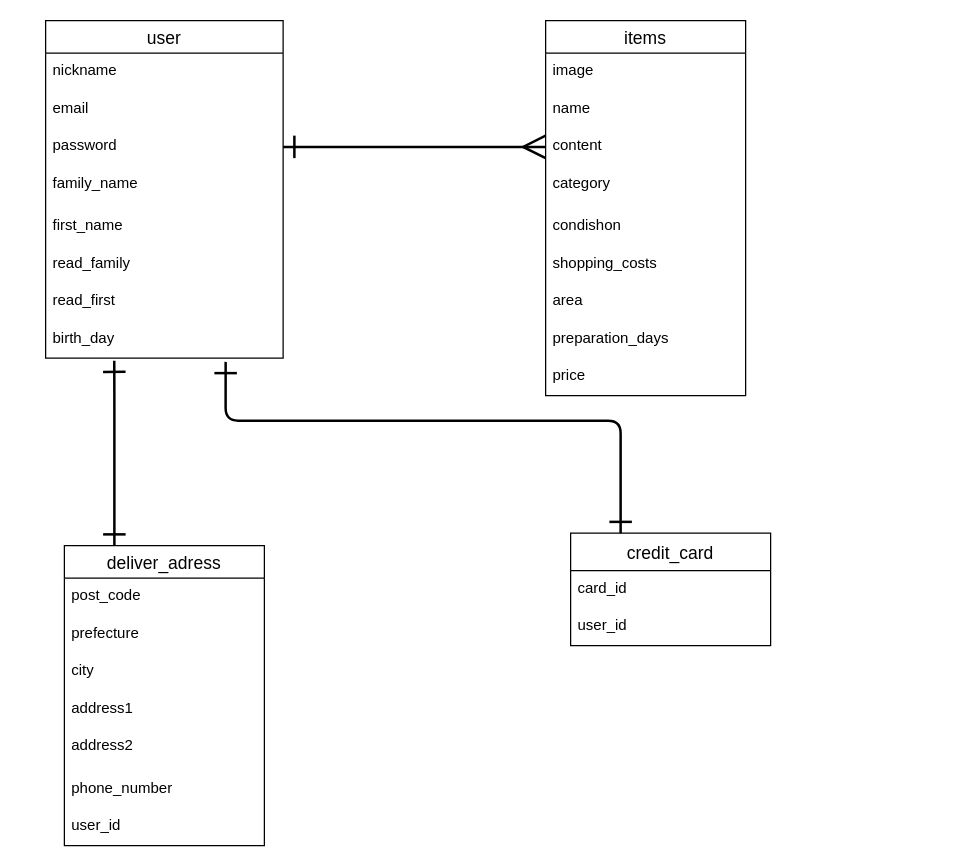
Above: db/ER図.dio in stmaho/furima-38842 (draw.io), before the change. Source tidied: cells renumbered, new cells numbered last; positions are measured from the earlier drawing's top-left corner, leaving out a move shared by most shapes. Both pictures are drawn from the tidied source at 125%, with x=0, y=0 at pixel (45, 20).
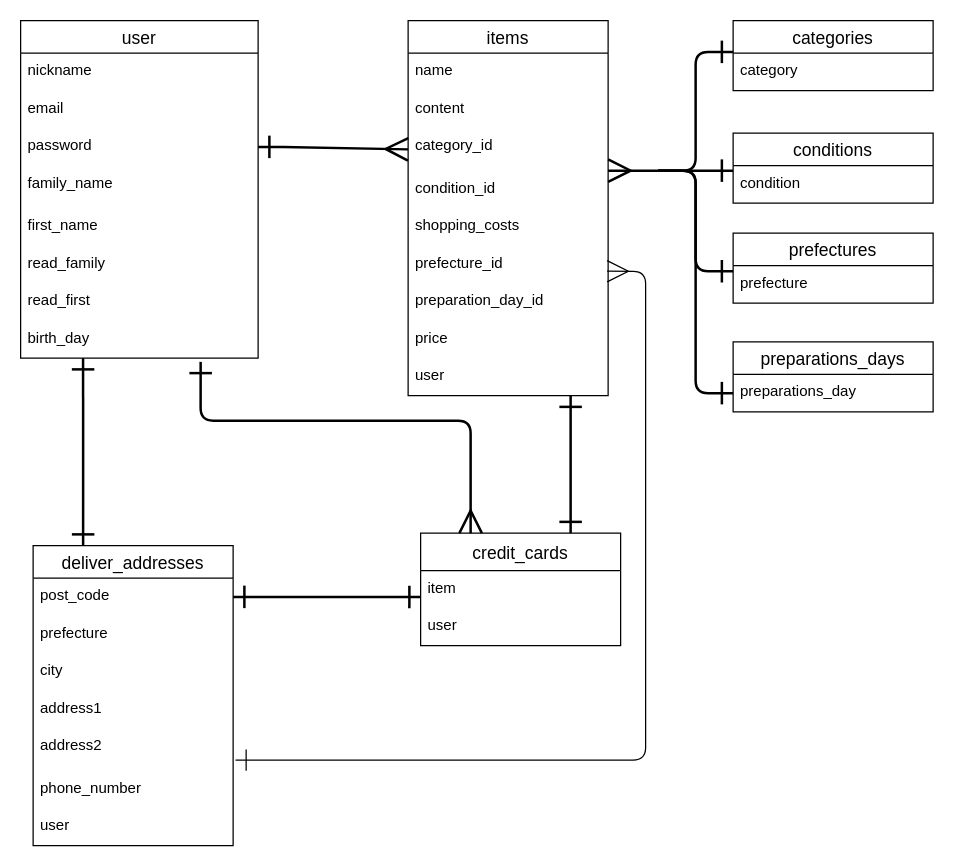
After the change.

Unchanged cells that the change refers to:
```xml
<mxCell id="5" value="password" style="text;strokeColor=none;fillColor=none;spacingLeft=4;spacingRight=4;overflow=hidden;points=[[0,0.5],[1,0.5]];portConstraint=eastwest;fontSize=12;" parent="2" vertex="1">
  <mxGeometry y="86" width="190" height="30" as="geometry" />
</mxCell>
<mxCell id="10" value="birth_day" style="text;strokeColor=none;fillColor=none;spacingLeft=4;spacingRight=4;overflow=hidden;points=[[0,0.5],[1,0.5]];portConstraint=eastwest;fontSize=12;" parent="2" vertex="1">
  <mxGeometry y="240" width="190" height="30" as="geometry" />
</mxCell>
<mxCell id="24" value="post_code" style="text;strokeColor=none;fillColor=none;spacingLeft=4;spacingRight=4;overflow=hidden;points=[[0,0.5],[1,0.5]];portConstraint=eastwest;fontSize=12;" parent="23" vertex="1">
  <mxGeometry y="26" width="160" height="30" as="geometry" />
</mxCell>
<mxCell id="28" value="address2" style="text;strokeColor=none;fillColor=none;spacingLeft=4;spacingRight=4;overflow=hidden;points=[[0,0.5],[1,0.5]];portConstraint=eastwest;fontSize=12;" parent="23" vertex="1">
  <mxGeometry y="146" width="160" height="34" as="geometry" />
</mxCell>
```

What changed in the source:
```diff
@@
     <mxCell id="2" value="user" style="swimlane;fontStyle=0;horizontal=1;startSize=26;align=center;fontSize=14;" parent="1" vertex="1">
-      <mxGeometry width="190" height="270" as="geometry" />
+      <mxGeometry x="-20" width="190" height="270" as="geometry" />
     </mxCell>
@@
     <mxCell id="11" value="items" style="swimlane;fontStyle=0;horizontal=1;startSize=26;align=center;fontSize=14;" parent="1" vertex="1">
-      <mxGeometry x="400" width="160" height="300" as="geometry" />
+      <mxGeometry x="290" width="160" height="300" as="geometry" />
     </mxCell>
-    <mxCell id="12" value="image &#10;" style="text;strokeColor=none;fillColor=none;spacingLeft=4;spacingRight=4;overflow=hidden;fontSize=12;" parent="11" vertex="1">
-      <mxGeometry y="26" width="160" height="30" as="geometry" />
-    </mxCell>
     <mxCell id="13" value="name" style="text;strokeColor=none;fillColor=none;spacingLeft=4;spacingRight=4;overflow=hidden;fontSize=12;" parent="11" vertex="1">
-      <mxGeometry y="56" width="160" height="30" as="geometry" />
+      <mxGeometry y="26" width="160" height="30" as="geometry" />
     </mxCell>
     <mxCell id="14" value="content" style="text;strokeColor=none;fillColor=none;spacingLeft=4;spacingRight=4;overflow=hidden;points=[[0,0.5],[1,0.5]];portConstraint=eastwest;fontSize=12;" parent="11" vertex="1">
-      <mxGeometry y="86" width="160" height="30" as="geometry" />
+      <mxGeometry y="56" width="160" height="30" as="geometry" />
     </mxCell>
-    <mxCell id="15" value="category" style="text;strokeColor=none;fillColor=none;spacingLeft=4;spacingRight=4;overflow=hidden;points=[[0,0.5],[1,0.5]];portConstraint=eastwest;fontSize=12;" parent="11" vertex="1">
-      <mxGeometry y="116" width="160" height="34" as="geometry" />
+    <mxCell id="15" value="category_id  " style="text;strokeColor=none;fillColor=none;spacingLeft=4;spacingRight=4;overflow=hidden;points=[[0,0.5],[1,0.5]];portConstraint=eastwest;fontSize=12;" parent="11" vertex="1">
+      <mxGeometry y="86" width="160" height="34" as="geometry" />
     </mxCell>
-    <mxCell id="16" value="condishon" style="text;strokeColor=none;fillColor=none;spacingLeft=4;spacingRight=4;overflow=hidden;points=[[0,0.5],[1,0.5]];portConstraint=eastwest;fontSize=12;" parent="11" vertex="1">
-      <mxGeometry y="150" width="160" height="30" as="geometry" />
+    <mxCell id="16" value="condition_id" style="text;strokeColor=none;fillColor=none;spacingLeft=4;spacingRight=4;overflow=hidden;points=[[0,0.5],[1,0.5]];portConstraint=eastwest;fontSize=12;" parent="11" vertex="1">
+      <mxGeometry y="120" width="160" height="30" as="geometry" />
     </mxCell>
     <mxCell id="17" value="shopping_costs" style="text;strokeColor=none;fillColor=none;spacingLeft=4;spacingRight=4;overflow=hidden;fontSize=12;" parent="11" vertex="1">
-      <mxGeometry y="180" width="160" height="30" as="geometry" />
+      <mxGeometry y="150" width="160" height="30" as="geometry" />
     </mxCell>
-    <mxCell id="18" value="area" style="text;strokeColor=none;fillColor=none;spacingLeft=4;spacingRight=4;overflow=hidden;points=[[0,0.5],[1,0.5]];portConstraint=eastwest;fontSize=12;" parent="11" vertex="1">
-      <mxGeometry y="210" width="160" height="30" as="geometry" />
+    <mxCell id="18" value="prefecture_id" style="text;strokeColor=none;fillColor=none;spacingLeft=4;spacingRight=4;overflow=hidden;points=[[0,0.5],[1,0.5]];portConstraint=eastwest;fontSize=12;" parent="11" vertex="1">
+      <mxGeometry y="180" width="160" height="30" as="geometry" />
     </mxCell>
-    <mxCell id="19" value="preparation_days" style="text;strokeColor=none;fillColor=none;spacingLeft=4;spacingRight=4;overflow=hidden;fontSize=12;" parent="11" vertex="1">
-      <mxGeometry y="240" width="160" height="30" as="geometry" />
+    <mxCell id="19" value="preparation_day_id" style="text;strokeColor=none;fillColor=none;spacingLeft=4;spacingRight=4;overflow=hidden;fontSize=12;" parent="11" vertex="1">
+      <mxGeometry y="210" width="160" height="30" as="geometry" />
     </mxCell>
     <mxCell id="20" value="price" style="text;strokeColor=none;fillColor=none;spacingLeft=4;spacingRight=4;overflow=hidden;fontSize=12;" parent="11" vertex="1">
-      <mxGeometry y="270" width="160" height="30" as="geometry" />
+      <mxGeometry y="240" width="160" height="30" as="geometry" />
     </mxCell>
+    <mxCell id="35" value="user" style="text;strokeColor=none;fillColor=none;spacingLeft=4;spacingRight=4;overflow=hidden;fontSize=12;" parent="11" vertex="1">
+      <mxGeometry y="270" width="160" height="30" as="geometry" />
+    </mxCell>
-    <mxCell id="21" style="edgeStyle=none;html=1;endArrow=ERmany;endFill=0;strokeWidth=2;endSize=15;exitX=1;exitY=0.5;exitDx=0;exitDy=0;entryX=0;entryY=0.5;entryDx=0;entryDy=0;startArrow=ERone;startFill=0;startSize=15;" parent="1" edge="1" source="5" target="14">
+    <mxCell id="21" style="edgeStyle=none;html=1;endArrow=ERmany;endFill=0;strokeWidth=2;endSize=15;exitX=1;exitY=0.5;exitDx=0;exitDy=0;entryX=0;entryY=0.5;entryDx=0;entryDy=0;startArrow=ERone;startFill=0;startSize=15;" parent="1" edge="1" source="5" target="15">
       <mxGeometry relative="1" as="geometry">
         <Array as="points">
-          <mxPoint x="300" y="101" />
+          <mxPoint x="180" y="101" />
         </Array>
       </mxGeometry>
     </mxCell>
-    <mxCell id="22" style="edgeStyle=none;sketch=0;html=1;exitX=0.25;exitY=0;exitDx=0;exitDy=0;strokeWidth=2;endArrow=ERone;endFill=0;endSize=15;startArrow=ERone;startFill=0;startSize=15;entryX=0.289;entryY=1.067;entryDx=0;entryDy=0;entryPerimeter=0;" parent="1" edge="1" source="23" target="10">
-      <mxGeometry relative="1" as="geometry">
-        <Array as="points">
-          <mxPoint x="55" y="300" />
-        </Array>
-      </mxGeometry>
+    <mxCell id="22" style="edgeStyle=orthogonalEdgeStyle;html=1;exitX=0.25;exitY=0;exitDx=0;exitDy=0;entryX=0.263;entryY=1;entryDx=0;entryDy=0;entryPerimeter=0;strokeWidth=2;startArrow=ERone;startFill=0;endArrow=ERone;endFill=0;startSize=15;endSize=15;" parent="1" edge="1" source="23" target="10">
+      <mxGeometry relative="1" as="geometry" />
     </mxCell>
-    <mxCell id="23" value="deliver_adress" style="swimlane;fontStyle=0;horizontal=1;startSize=26;align=center;fontSize=14;" parent="1" vertex="1">
-      <mxGeometry x="15" y="420" width="160" height="240" as="geometry" />
+    <mxCell id="23" value="deliver_addresses" style="swimlane;fontStyle=0;horizontal=1;startSize=26;align=center;fontSize=14;" parent="1" vertex="1">
+      <mxGeometry x="-10" y="420" width="160" height="240" as="geometry" />
     </mxCell>
@@
-    <mxCell id="30" value="user_id" style="text;strokeColor=none;fillColor=none;spacingLeft=4;spacingRight=4;overflow=hidden;fontSize=12;" parent="23" vertex="1">
+    <mxCell id="30" value="user" style="text;strokeColor=none;fillColor=none;spacingLeft=4;spacingRight=4;overflow=hidden;fontSize=12;" parent="23" vertex="1">
       <mxGeometry y="210" width="160" height="30" as="geometry" />
     </mxCell>
-    <mxCell id="31" value="credit_card" style="swimlane;fontStyle=0;horizontal=1;startSize=30;align=center;fontSize=14;" parent="1" vertex="1">
-      <mxGeometry x="420" y="410" width="160" height="90" as="geometry" />
+    <mxCell id="31" value="credit_cards" style="swimlane;fontStyle=0;horizontal=1;startSize=30;align=center;fontSize=14;" parent="1" vertex="1">
+      <mxGeometry x="300" y="410" width="160" height="90" as="geometry" />
     </mxCell>
-    <mxCell id="32" value="card_id" style="text;strokeColor=none;fillColor=none;spacingLeft=4;spacingRight=4;overflow=hidden;points=[[0,0.5],[1,0.5]];portConstraint=eastwest;fontSize=12;" parent="31" vertex="1">
+    <mxCell id="32" value="item" style="text;strokeColor=none;fillColor=none;spacingLeft=4;spacingRight=4;overflow=hidden;points=[[0,0.5],[1,0.5]];portConstraint=eastwest;fontSize=12;" parent="31" vertex="1">
       <mxGeometry y="30" width="160" height="30" as="geometry" />
     </mxCell>
-    <mxCell id="33" value="user_id" style="text;strokeColor=none;fillColor=none;spacingLeft=4;spacingRight=4;overflow=hidden;fontSize=12;" parent="31" vertex="1">
+    <mxCell id="33" value="user" style="text;strokeColor=none;fillColor=none;spacingLeft=4;spacingRight=4;overflow=hidden;fontSize=12;" parent="31" vertex="1">
       <mxGeometry y="60" width="160" height="30" as="geometry" />
     </mxCell>
-    <mxCell id="34" style="edgeStyle=none;html=1;endArrow=ERone;endFill=0;strokeWidth=2;endSize=15;startArrow=ERone;startFill=0;startSize=15;exitX=0.758;exitY=1.1;exitDx=0;exitDy=0;exitPerimeter=0;" parent="1" edge="1" source="10">
+    <mxCell id="34" style="edgeStyle=none;html=1;endArrow=ERmany;endFill=0;strokeWidth=2;endSize=15;startArrow=ERone;startFill=0;startSize=15;exitX=0.758;exitY=1.1;exitDx=0;exitDy=0;exitPerimeter=0;" parent="1" edge="1" source="10">
       <mxGeometry relative="1" as="geometry">
-        <mxPoint x="460" y="410" as="targetPoint" />
+        <mxPoint x="340" y="410" as="targetPoint" />
         <Array as="points">
-          <mxPoint x="144" y="320" />
-          <mxPoint x="460" y="320" />
+          <mxPoint x="124" y="320" />
+          <mxPoint x="340" y="320" />
         </Array>
       </mxGeometry>
     </mxCell>
+    <mxCell id="36" value="categories" style="swimlane;fontStyle=0;horizontal=1;startSize=26;align=center;fontSize=14;" parent="1" vertex="1">
+      <mxGeometry x="550" width="160" height="56" as="geometry" />
+    </mxCell>
+    <mxCell id="37" value="category" style="text;strokeColor=none;fillColor=none;spacingLeft=4;spacingRight=4;overflow=hidden;fontSize=12;" parent="36" vertex="1">
+      <mxGeometry y="26" width="160" height="30" as="geometry" />
+    </mxCell>
+    <mxCell id="38" style="edgeStyle=orthogonalEdgeStyle;fontSize=12;html=1;endArrow=ERmany;startArrow=ERone;startSize=15;endSize=15;exitX=1.012;exitY=0.751;exitDx=0;exitDy=0;exitPerimeter=0;entryX=0.995;entryY=0.683;entryDx=0;entryDy=0;entryPerimeter=0;endFill=0;startFill=0;" parent="1" edge="1" source="28" target="18">
+      <mxGeometry relative="1" as="geometry">
+        <Array as="points">
+          <mxPoint x="480" y="592" />
+          <mxPoint x="480" y="200" />
+        </Array>
+      </mxGeometry>
+    </mxCell>
+    <mxCell id="39" style="edgeStyle=none;sketch=0;html=1;strokeWidth=2;endArrow=ERone;endFill=0;endSize=15;startArrow=ERone;startFill=0;startSize=15;" parent="1" edge="1">
+      <mxGeometry relative="1" as="geometry">
+        <mxPoint x="420" y="410" as="sourcePoint" />
+        <mxPoint x="420" y="300" as="targetPoint" />
+        <Array as="points">
+          <mxPoint x="420" y="350" />
+          <mxPoint x="420" y="330" />
+        </Array>
+      </mxGeometry>
+    </mxCell>
+    <mxCell id="40" value="conditions" style="swimlane;fontStyle=0;horizontal=1;startSize=26;align=center;fontSize=14;" parent="1" vertex="1">
+      <mxGeometry x="550" y="90" width="160" height="56" as="geometry" />
+    </mxCell>
+    <mxCell id="41" value="condition" style="text;strokeColor=none;fillColor=none;spacingLeft=4;spacingRight=4;overflow=hidden;fontSize=12;" parent="40" vertex="1">
+      <mxGeometry y="26" width="160" height="30" as="geometry" />
+    </mxCell>
+    <mxCell id="42" value="prefectures" style="swimlane;fontStyle=0;horizontal=1;startSize=26;align=center;fontSize=14;" parent="1" vertex="1">
+      <mxGeometry x="550" y="170" width="160" height="56" as="geometry" />
+    </mxCell>
+    <mxCell id="43" value="prefecture" style="text;strokeColor=none;fillColor=none;spacingLeft=4;spacingRight=4;overflow=hidden;fontSize=12;" parent="42" vertex="1">
+      <mxGeometry y="26" width="160" height="30" as="geometry" />
+    </mxCell>
+    <mxCell id="44" value="preparations_days" style="swimlane;fontStyle=0;horizontal=1;startSize=26;align=center;fontSize=14;" parent="1" vertex="1">
+      <mxGeometry x="550" y="257" width="160" height="56" as="geometry" />
+    </mxCell>
+    <mxCell id="45" value="preparations_day" style="text;strokeColor=none;fillColor=none;spacingLeft=4;spacingRight=4;overflow=hidden;points=[[0,0.5],[1,0.5]];portConstraint=eastwest;fontSize=12;" parent="44" vertex="1">
+      <mxGeometry y="26" width="160" height="30" as="geometry" />
+    </mxCell>
+    <mxCell id="46" style="edgeStyle=entityRelationEdgeStyle;fontSize=12;html=1;endArrow=ERone;endFill=1;startSize=15;endSize=15;entryX=0;entryY=0.5;entryDx=0;entryDy=0;strokeWidth=2;" parent="1" edge="1" target="45">
+      <mxGeometry relative="1" as="geometry">
+        <mxPoint x="490" y="120" as="sourcePoint" />
+      </mxGeometry>
+    </mxCell>
+    <mxCell id="47" style="edgeStyle=entityRelationEdgeStyle;fontSize=12;html=1;endArrow=ERone;endFill=1;startSize=15;endSize=15;entryX=0;entryY=0.5;entryDx=0;entryDy=0;strokeWidth=2;" parent="1" edge="1">
+      <mxGeometry relative="1" as="geometry">
+        <mxPoint x="490" y="120" as="sourcePoint" />
+        <mxPoint x="550" y="200.5" as="targetPoint" />
+      </mxGeometry>
+    </mxCell>
+    <mxCell id="48" style="edgeStyle=entityRelationEdgeStyle;fontSize=12;html=1;endArrow=ERone;endFill=1;startSize=15;endSize=15;entryX=0;entryY=0.5;entryDx=0;entryDy=0;strokeWidth=2;" parent="1" edge="1">
+      <mxGeometry relative="1" as="geometry">
+        <mxPoint x="490" y="120" as="sourcePoint" />
+        <mxPoint x="550" y="25" as="targetPoint" />
+      </mxGeometry>
+    </mxCell>
+    <mxCell id="49" style="edgeStyle=entityRelationEdgeStyle;fontSize=12;html=1;endArrow=ERone;endFill=1;startSize=15;endSize=15;entryX=0;entryY=0.5;entryDx=0;entryDy=0;exitX=1;exitY=0;exitDx=0;exitDy=0;exitPerimeter=0;startArrow=ERmany;startFill=0;strokeWidth=2;" parent="1" edge="1" source="16">
+      <mxGeometry relative="1" as="geometry">
+        <mxPoint x="550" y="120" as="targetPoint" />
+      </mxGeometry>
+    </mxCell>
+    <mxCell id="50" style="edgeStyle=orthogonalEdgeStyle;html=1;exitX=1;exitY=0.5;exitDx=0;exitDy=0;entryX=0;entryY=0.706;entryDx=0;entryDy=0;entryPerimeter=0;strokeWidth=2;startArrow=ERone;startFill=0;endArrow=ERone;endFill=0;startSize=15;endSize=15;" parent="1" edge="1" source="24" target="32">
+      <mxGeometry relative="1" as="geometry" />
+    </mxCell>
```
